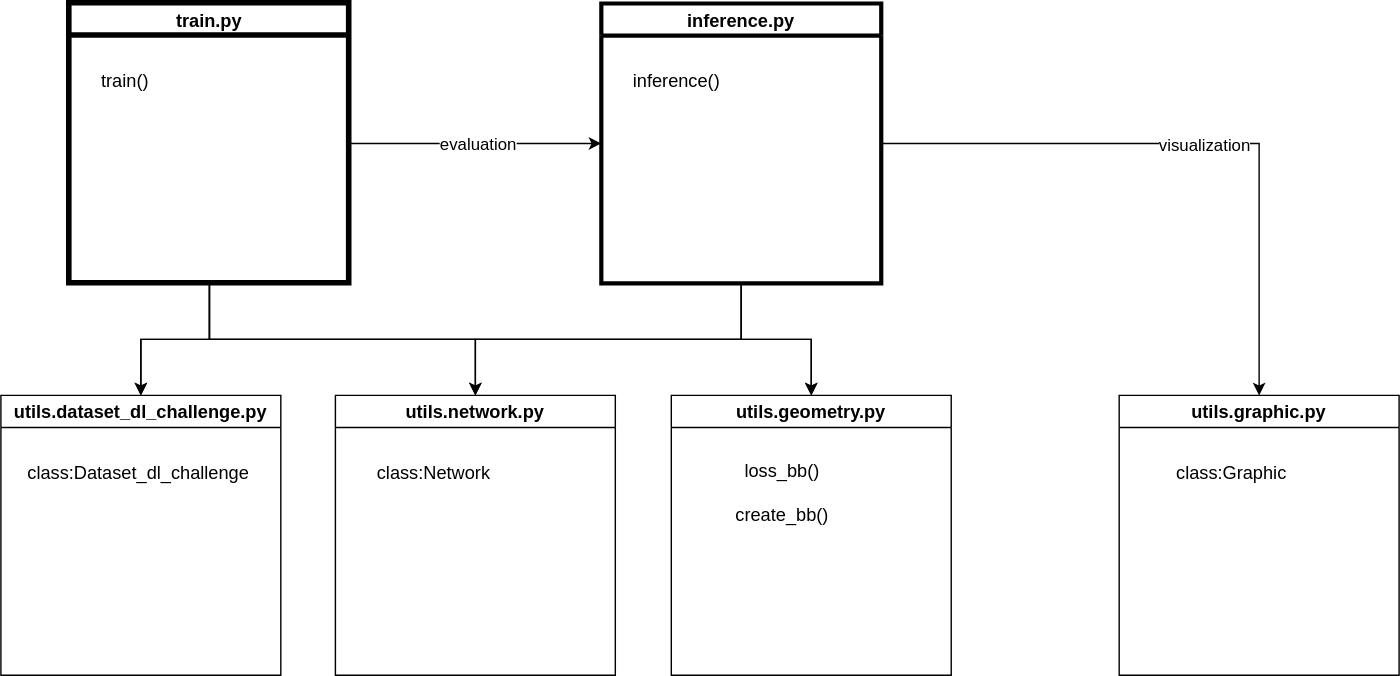
Before: docu/code-structure.drawio.svg, a diagram exported from draw.io (Z5cc/3d-bboxes). Source tidied: cells renumbered, new cells last; positions are measured from the earlier drawing's top-left corner, leaving out a move shared by most shapes. Its diagram source:
```xml
<mxGraphModel>
  <root>
    <mxCell id="0" />
    <mxCell id="1" parent="0" />
    <mxCell id="2" style="edgeStyle=orthogonalEdgeStyle;rounded=0;jettySize=auto;html=1;exitX=0.5;exitY=1;exitDx=0;exitDy=0;entryX=0.5;entryY=0;entryDx=0;entryDy=0;" parent="1" edge="1" source="7" target="16">
      <mxGeometry relative="1" as="geometry" />
    </mxCell>
    <mxCell id="3" style="edgeStyle=orthogonalEdgeStyle;rounded=0;jettySize=auto;html=1;exitX=0.5;exitY=1;exitDx=0;exitDy=0;entryX=0.5;entryY=0;entryDx=0;entryDy=0;" parent="1" edge="1" source="7" target="22">
      <mxGeometry relative="1" as="geometry" />
    </mxCell>
    <mxCell id="4" style="edgeStyle=orthogonalEdgeStyle;rounded=0;jettySize=auto;html=1;exitX=0.5;exitY=1;exitDx=0;exitDy=0;entryX=0.5;entryY=0;entryDx=0;entryDy=0;" parent="1" edge="1" source="7" target="18">
      <mxGeometry relative="1" as="geometry" />
    </mxCell>
    <mxCell id="5" style="edgeStyle=orthogonalEdgeStyle;rounded=0;jettySize=auto;html=1;exitX=1;exitY=0.5;exitDx=0;exitDy=0;entryX=0;entryY=0.5;entryDx=0;entryDy=0;" parent="1" edge="1" source="7" target="14">
      <mxGeometry relative="1" as="geometry" />
    </mxCell>
    <mxCell id="6" value="&lt;font style=&quot;font-size: 12px;&quot;&gt;evaluation&lt;/font&gt;" style="edgeLabel;html=1;align=center;verticalAlign=middle;" parent="5" vertex="1">
      <mxGeometry x="0.01" relative="1" as="geometry" />
    </mxCell>
    <mxCell id="7" value="&lt;font style=&quot;font-size: 13px;&quot;&gt;train.py&lt;/font&gt;" style="swimlane;whiteSpace=wrap;html=1;strokeWidth=4;" parent="1" vertex="1">
      <mxGeometry x="49" width="200" height="200" as="geometry" />
    </mxCell>
    <mxCell id="8" value="&lt;font style=&quot;font-size: 13px;&quot;&gt;train()&lt;/font&gt;" style="text;html=1;whiteSpace=wrap;strokeColor=none;fillColor=none;align=center;verticalAlign=middle;rounded=0;" parent="7" vertex="1">
      <mxGeometry x="10" y="40" width="60" height="30" as="geometry" />
    </mxCell>
    <mxCell id="9" style="edgeStyle=orthogonalEdgeStyle;rounded=0;jettySize=auto;html=1;exitX=0.5;exitY=1;exitDx=0;exitDy=0;entryX=0.5;entryY=0;entryDx=0;entryDy=0;" parent="1" edge="1" source="14" target="16">
      <mxGeometry relative="1" as="geometry" />
    </mxCell>
    <mxCell id="10" style="edgeStyle=orthogonalEdgeStyle;rounded=0;jettySize=auto;html=1;exitX=0.5;exitY=1;exitDx=0;exitDy=0;entryX=0.5;entryY=0;entryDx=0;entryDy=0;" parent="1" edge="1" source="14" target="22">
      <mxGeometry relative="1" as="geometry" />
    </mxCell>
    <mxCell id="11" style="edgeStyle=orthogonalEdgeStyle;rounded=0;jettySize=auto;html=1;exitX=0.5;exitY=1;exitDx=0;exitDy=0;entryX=0.5;entryY=0;entryDx=0;entryDy=0;" parent="1" edge="1" source="14" target="18">
      <mxGeometry relative="1" as="geometry" />
    </mxCell>
    <mxCell id="12" style="edgeStyle=orthogonalEdgeStyle;rounded=0;jettySize=auto;html=1;exitX=1;exitY=0.5;exitDx=0;exitDy=0;entryX=0.5;entryY=0;entryDx=0;entryDy=0;" parent="1" edge="1" source="14" target="20">
      <mxGeometry relative="1" as="geometry" />
    </mxCell>
    <mxCell id="13" value="&lt;font style=&quot;font-size: 12px;&quot;&gt;visualization&lt;/font&gt;" style="edgeLabel;html=1;align=center;verticalAlign=middle;" parent="12" vertex="1">
      <mxGeometry x="0.02" y="-1" relative="1" as="geometry" />
    </mxCell>
    <mxCell id="14" value="&lt;font style=&quot;font-size: 13px;&quot;&gt;inference.py&lt;/font&gt;" style="swimlane;whiteSpace=wrap;html=1;strokeWidth=3;" parent="1" vertex="1">
      <mxGeometry x="429" width="200" height="200" as="geometry" />
    </mxCell>
    <mxCell id="15" value="&lt;font style=&quot;font-size: 13px;&quot;&gt;inference()&lt;/font&gt;" style="text;html=1;whiteSpace=wrap;strokeColor=none;fillColor=none;align=center;verticalAlign=middle;rounded=0;" parent="14" vertex="1">
      <mxGeometry x="24" y="40" width="60" height="30" as="geometry" />
    </mxCell>
    <mxCell id="16" value="&lt;font style=&quot;font-size: 13px;&quot;&gt;utils.dataset_dl_challenge.py&lt;/font&gt;" style="swimlane;whiteSpace=wrap;html=1;" parent="1" vertex="1">
      <mxGeometry y="280" width="200" height="200" as="geometry" />
    </mxCell>
    <mxCell id="17" value="&lt;font style=&quot;font-size: 13px;&quot;&gt;class:Dataset_dl_challenge&lt;/font&gt;" style="text;html=1;whiteSpace=wrap;strokeColor=none;fillColor=none;align=center;verticalAlign=middle;rounded=0;" parent="16" vertex="1">
      <mxGeometry x="18" y="40" width="161" height="30" as="geometry" />
    </mxCell>
    <mxCell id="18" value="&lt;font style=&quot;font-size: 13px;&quot;&gt;utils.geometry.py&lt;/font&gt;" style="swimlane;whiteSpace=wrap;html=1;" parent="1" vertex="1">
      <mxGeometry x="479" y="280" width="200" height="200" as="geometry" />
    </mxCell>
    <mxCell id="19" value="&lt;font style=&quot;font-size: 13px;&quot;&gt;loss_bb()&lt;br&gt;&lt;br&gt;create_bb()&lt;/font&gt;" style="text;html=1;whiteSpace=wrap;strokeColor=none;fillColor=none;align=center;verticalAlign=middle;rounded=0;" parent="18" vertex="1">
      <mxGeometry x="-1" y="40" width="161" height="60" as="geometry" />
    </mxCell>
    <mxCell id="20" value="&lt;font style=&quot;font-size: 13px;&quot;&gt;utils.graphic.py&lt;/font&gt;" style="swimlane;whiteSpace=wrap;html=1;" parent="1" vertex="1">
      <mxGeometry x="799" y="280" width="200" height="200" as="geometry" />
    </mxCell>
    <mxCell id="21" value="&lt;font style=&quot;font-size: 13px;&quot;&gt;class:Graphic&lt;/font&gt;" style="text;html=1;whiteSpace=wrap;strokeColor=none;fillColor=none;align=center;verticalAlign=middle;rounded=0;" parent="20" vertex="1">
      <mxGeometry y="40" width="161" height="30" as="geometry" />
    </mxCell>
    <mxCell id="22" value="&lt;font style=&quot;font-size: 13px;&quot;&gt;utils.network.py&lt;/font&gt;" style="swimlane;whiteSpace=wrap;html=1;" parent="1" vertex="1">
      <mxGeometry x="239" y="280" width="200" height="200" as="geometry" />
    </mxCell>
    <mxCell id="23" value="&lt;font style=&quot;font-size: 13px;&quot;&gt;class:Network&lt;/font&gt;" style="text;html=1;whiteSpace=wrap;strokeColor=none;fillColor=none;align=center;verticalAlign=middle;rounded=0;" parent="22" vertex="1">
      <mxGeometry x="-10" y="40" width="161" height="30" as="geometry" />
    </mxCell>
  </root>
</mxGraphModel>
```
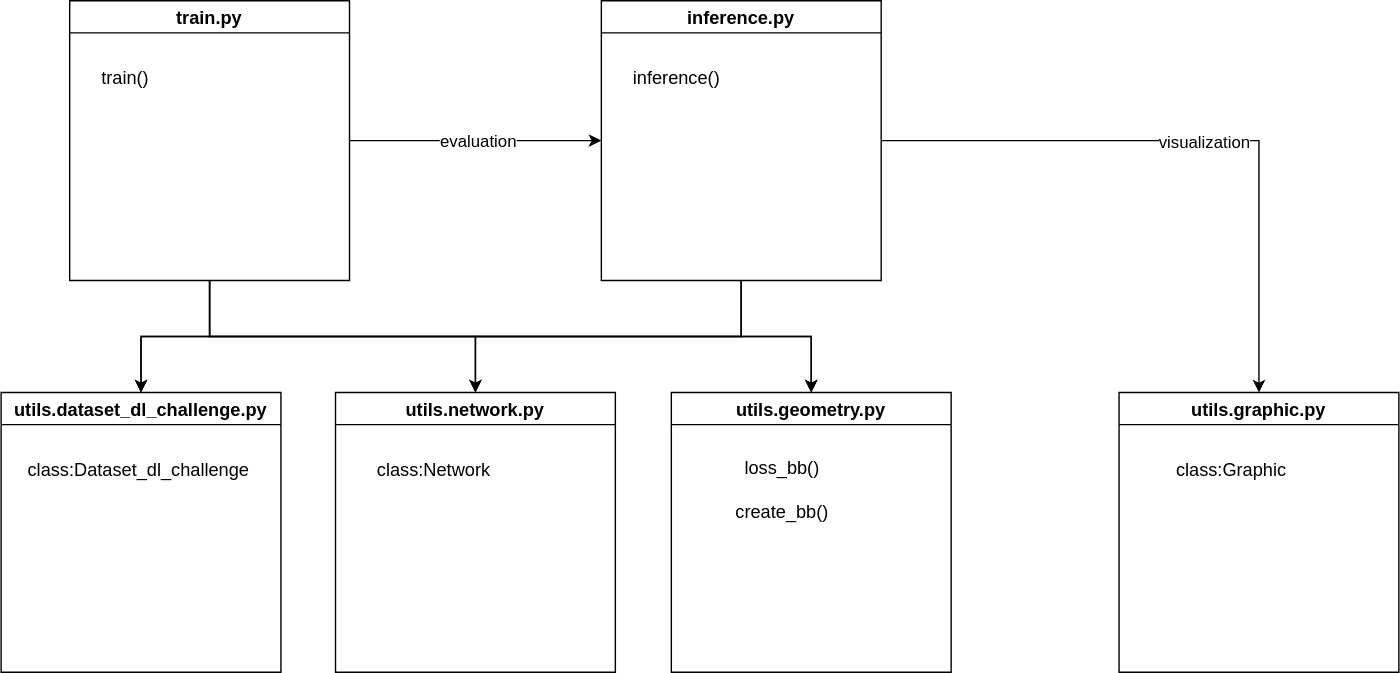
After the commit.

Diff of the diagram source:
```diff
@@ -17,7 +17,7 @@
     <mxCell id="6" value="&lt;font style=&quot;font-size: 12px;&quot;&gt;evaluation&lt;/font&gt;" style="edgeLabel;html=1;align=center;verticalAlign=middle;" parent="5" vertex="1">
       <mxGeometry x="0.01" relative="1" as="geometry" />
     </mxCell>
-    <mxCell id="7" value="&lt;font style=&quot;font-size: 13px;&quot;&gt;train.py&lt;/font&gt;" style="swimlane;whiteSpace=wrap;html=1;strokeWidth=4;" parent="1" vertex="1">
+    <mxCell id="7" value="&lt;font style=&quot;font-size: 13px;&quot;&gt;train.py&lt;/font&gt;" style="swimlane;whiteSpace=wrap;html=1;strokeWidth=1;" parent="1" vertex="1">
       <mxGeometry x="49" width="200" height="200" as="geometry" />
     </mxCell>
     <mxCell id="8" value="&lt;font style=&quot;font-size: 13px;&quot;&gt;train()&lt;/font&gt;" style="text;html=1;whiteSpace=wrap;strokeColor=none;fillColor=none;align=center;verticalAlign=middle;rounded=0;" parent="7" vertex="1">
@@ -38,7 +38,7 @@
     <mxCell id="13" value="&lt;font style=&quot;font-size: 12px;&quot;&gt;visualization&lt;/font&gt;" style="edgeLabel;html=1;align=center;verticalAlign=middle;" parent="12" vertex="1">
       <mxGeometry x="0.02" y="-1" relative="1" as="geometry" />
     </mxCell>
-    <mxCell id="14" value="&lt;font style=&quot;font-size: 13px;&quot;&gt;inference.py&lt;/font&gt;" style="swimlane;whiteSpace=wrap;html=1;strokeWidth=3;" parent="1" vertex="1">
+    <mxCell id="14" value="&lt;font style=&quot;font-size: 13px;&quot;&gt;inference.py&lt;/font&gt;" style="swimlane;whiteSpace=wrap;html=1;strokeWidth=1;" parent="1" vertex="1">
       <mxGeometry x="429" width="200" height="200" as="geometry" />
     </mxCell>
     <mxCell id="15" value="&lt;font style=&quot;font-size: 13px;&quot;&gt;inference()&lt;/font&gt;" style="text;html=1;whiteSpace=wrap;strokeColor=none;fillColor=none;align=center;verticalAlign=middle;rounded=0;" parent="14" vertex="1">
```
